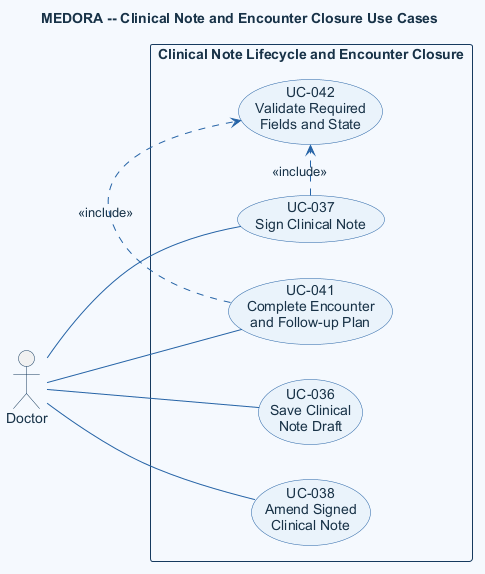
DucDung-1107/SysDes_2026.1_Group_08 keeps this PlantUML diagram as doc/asset/03-system-requirements/use-case-by-function/medical-examination/figure/clinical-note-lifecycle.png. Above is the earlier version.
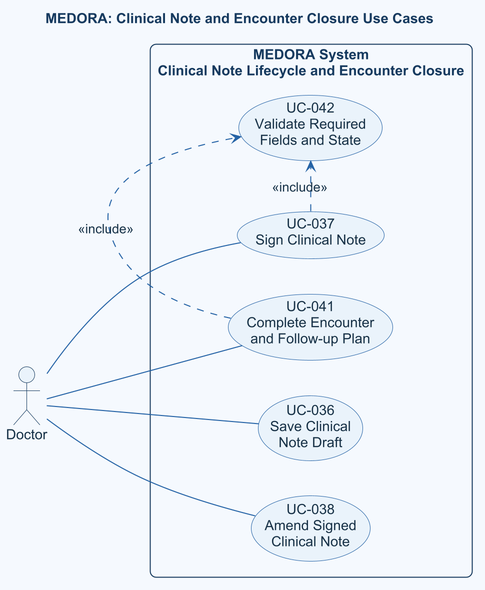
After the commit.

What changed in the source:
```diff
@@ -1,22 +1,12 @@
 @startuml
-title MEDORA -- Clinical Note and Encounter Closure Use Cases
+title MEDORA: Clinical Note and Encounter Closure Use Cases
+!include ../../../../shared/templates/medora-style.puml
+skinparam dpi 192
 left to right direction
-skinparam shadowing false
-skinparam defaultFontName Arial
-skinparam defaultFontColor #183247
-skinparam backgroundColor #F5F9FE
-skinparam ArrowColor #2563A6
-skinparam UsecaseBackgroundColor #EAF3FB
-skinparam UsecaseBorderColor #2563A6
-skinparam UsecaseFontColor #183247
-skinparam ActorBorderColor #163A5F
-skinparam ActorFontColor #183247
-skinparam RectangleBackgroundColor #F5F9FE
-skinparam RectangleBorderColor #163A5F
 
 actor Doctor as doctor
 
-rectangle "Clinical Note Lifecycle and Encounter Closure" {
+rectangle "MEDORA System\nClinical Note Lifecycle and Encounter Closure" {
   usecase "UC-036\nSave Clinical\nNote Draft" as draft
   usecase "UC-037\nSign Clinical Note" as sign
   usecase "UC-038\nAmend Signed\nClinical Note" as amend
```
